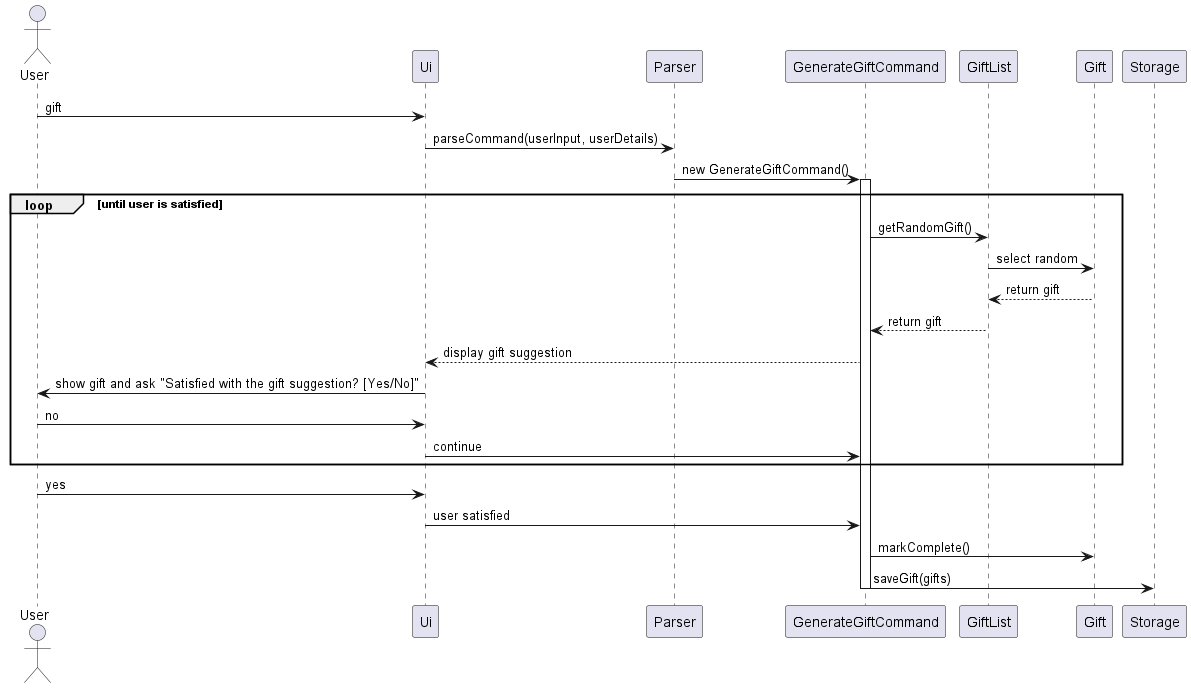
The PlantUML diagram docs/images/GiftSequenceDiagram.png in RyanTDL/tp, before a commit.
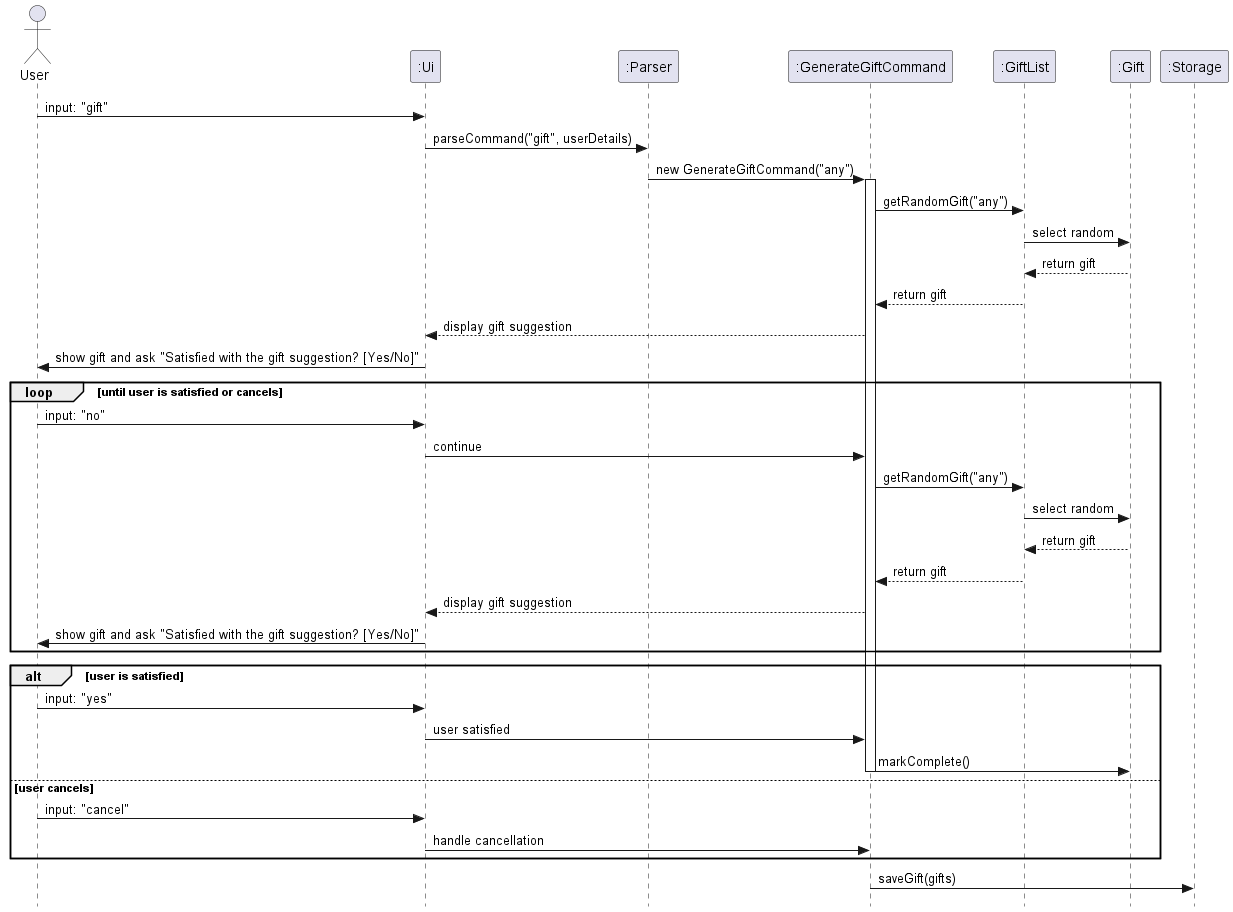
Above is the later version.

Commit message:
Modify giftSequenceDiagram to reflect new implementations

What changed in the source:
```diff
@@ -1,32 +1,48 @@
 @startuml
+skinparam style strictuml
 
 actor User
-participant "Ui" as UI
-participant "Parser" as P
-participant "GenerateGiftCommand" as GGC
-participant "GiftList" as GL
-participant "Gift" as G
-participant "Storage" as S
+participant ":Ui" as UI
+participant ":Parser" as Parser
+participant ":GenerateGiftCommand" as GGC
+participant ":GiftList" as GL
+participant ":Gift" as G
+participant ":Storage" as Storage
 
-User -> UI : gift
-UI -> P : parseCommand(userInput, userDetails)
-P -> GGC : new GenerateGiftCommand()
+User -> UI : input: "gift"
+UI -> Parser : parseCommand("gift", userDetails)
+Parser -> GGC : new GenerateGiftCommand("any")
 activate GGC
 
-loop until user is satisfied
-GGC -> GL : getRandomGift()
+GGC -> GL : getRandomGift("any")
 GL -> G : select random
 G --> GL : return gift
 GL --> GGC : return gift
 GGC --> UI : display gift suggestion
 UI -> User : show gift and ask "Satisfied with the gift suggestion? [Yes/No]"
-User -> UI : no
-UI -> GGC : continue
+
+loop until user is satisfied or cancels
+    User -> UI : input: "no"
+    UI -> GGC : continue
+    GGC -> GL : getRandomGift("any")
+    GL -> G : select random
+    G --> GL : return gift
+    GL --> GGC : return gift
+    GGC --> UI : display gift suggestion
+    UI -> User : show gift and ask "Satisfied with the gift suggestion? [Yes/No]"
 end
 
-User -> UI : yes
-UI -> GGC : user satisfied
-GGC -> G : markComplete()
-GGC -> S : saveGift(gifts)
-deactivate GGC
+alt user is satisfied
+    User -> UI : input: "yes"
+    UI -> GGC : user satisfied
+    GGC -> G : markComplete()
+    deactivate GGC
+else user cancels
+    User -> UI : input: "cancel"
+    UI -> GGC : handle cancellation
+    deactivate GGC
+end
+
+GGC -> Storage : saveGift(gifts)
+
 @enduml
```
